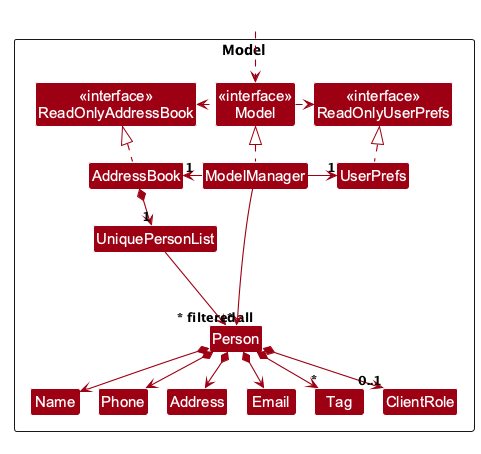
Before: docs/images/ModelClassDiagram.png, a diagram exported from PlantUML (AY2627S1-CS2103T-W09-3/tp).
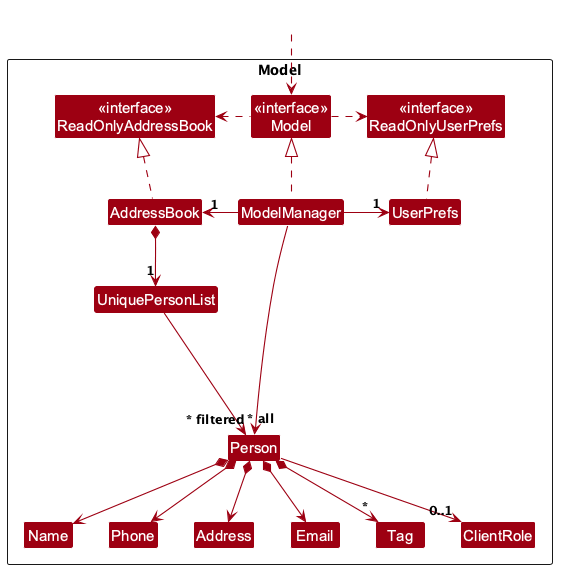
Above is the later version.

Commit message:
Draw ClientRole as an enum association

The edit, as a diff of the source:
```diff
@@ -1,5 +1,4 @@
 @startuml
-!pragma layout smetana
 !include style.puml
 skinparam arrowThickness 1.1
 skinparam arrowColor MODEL_COLOR
@@ -20,7 +19,7 @@
 Class Name
 Class Phone
 Class Tag
-Class ClientRole
+enum ClientRole
 
 Class I #FFFFFF
 }
@@ -44,7 +43,7 @@
 Person *--> Email
 Person *--> Address
 Person *--> "*" Tag
-Person *--> "0..1" ClientRole
+Person --> "0..1" ClientRole
 
 Person -[hidden]up--> I
 UniquePersonList -[hidden]right-> I
```
